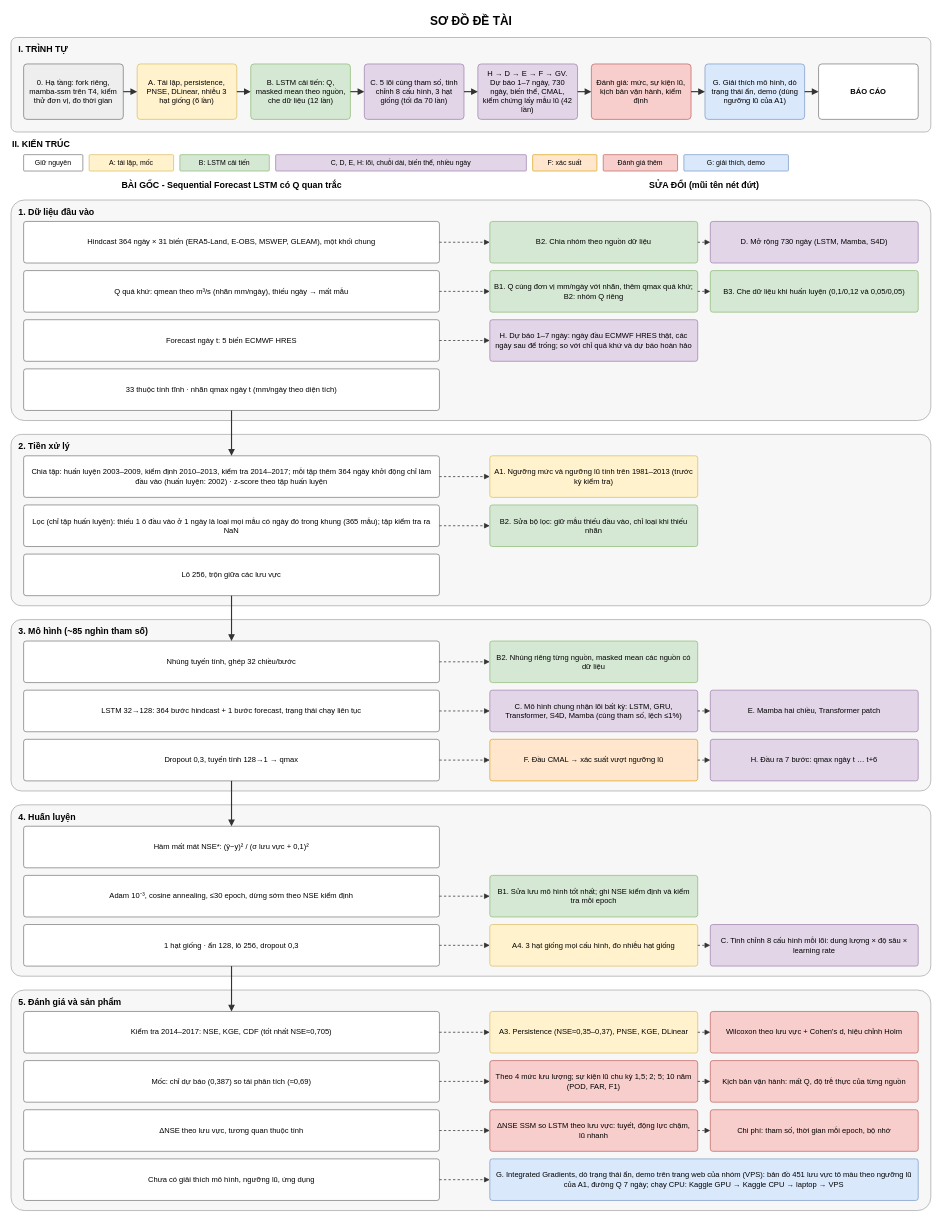
This is Diagrams/ProjectDiagram.drawio from Ticasslo/TieuLuanChuyenNganh, a draw.io file, before an edit. Source tidied: cells renumbered, new cells numbered last; positions are measured from the earlier drawing's top-left corner, leaving out a move shared by most shapes. Both pictures are drawn from the tidied source at 63%, with x=0, y=0 at pixel (11, 11).
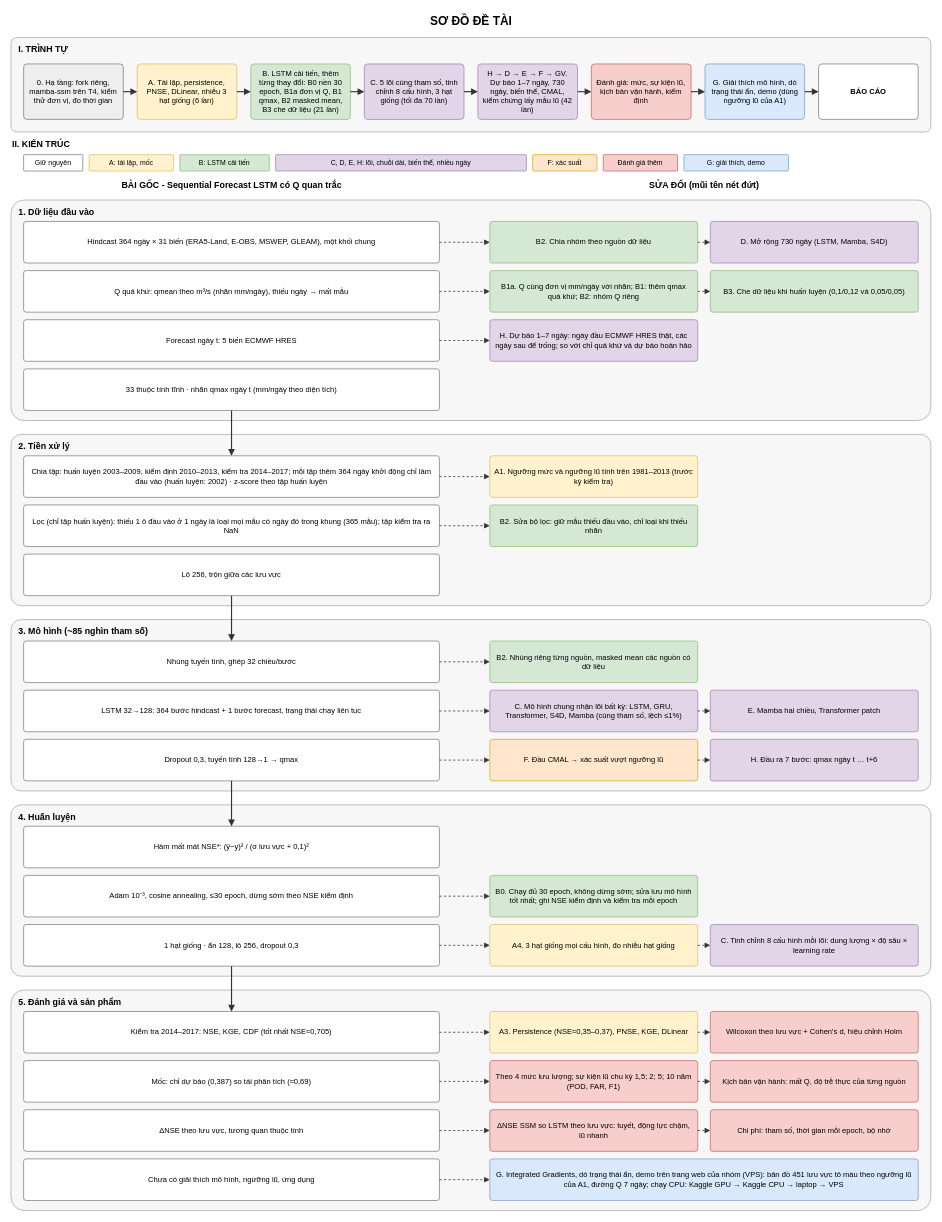
Above is the later version.

Change to the diagram source:
```diff
@@
-    <mxCell id="7" value="B. LSTM cải tiến: Q, masked mean theo nguồn, che dữ liệu (12 lần)" style="rounded=1;arcSize=6;whiteSpace=wrap;html=1;fillColor=#d5e8d4;strokeColor=#82b366;fontSize=12;align=center;spacingLeft=6;spacingRight=6;" parent="1" vertex="1">
+    <mxCell id="7" value="B. LSTM cải tiến, thêm từng thay đổi: B0 nền 30 epoch, B1a đơn vị Q, B1 qmax, B2 masked mean, B3 che dữ liệu (21 lần)" style="rounded=1;arcSize=6;whiteSpace=wrap;html=1;fillColor=#d5e8d4;strokeColor=#82b366;fontSize=12;align=center;spacingLeft=6;spacingRight=6;" parent="1" vertex="1">
       <mxGeometry x="380.5" y="84" width="158.2" height="88" as="geometry" />
     </mxCell>
@@
-    <mxCell id="36" value="B1. Q cùng đơn vị mm/ngày với nhãn, thêm qmax quá khứ; B2: nhóm Q riêng" style="rounded=1;arcSize=6;whiteSpace=wrap;html=1;fillColor=#d5e8d4;strokeColor=#82b366;fontSize=12;align=center;spacingLeft=6;spacingRight=6;" parent="1" vertex="1">
+    <mxCell id="36" value="B1a. Q cùng đơn vị mm/ngày với nhãn; B1: thêm qmax quá khứ; B2: nhóm Q riêng" style="rounded=1;arcSize=6;whiteSpace=wrap;html=1;fillColor=#d5e8d4;strokeColor=#82b366;fontSize=12;align=center;spacingLeft=6;spacingRight=6;" parent="1" vertex="1">
       <mxGeometry x="760" y="412" width="330" height="66" as="geometry" />
     </mxCell>
@@
-    <mxCell id="72" value="B1. Sửa lưu mô hình tốt nhất; ghi NSE kiểm định và kiểm tra mỗi epoch" style="rounded=1;arcSize=6;whiteSpace=wrap;html=1;fillColor=#d5e8d4;strokeColor=#82b366;fontSize=12;align=center;spacingLeft=6;spacingRight=6;" parent="1" vertex="1">
+    <mxCell id="72" value="B0. Chạy đủ 30 epoch, không dừng sớm; sửa lưu mô hình tốt nhất; ghi NSE kiểm định và kiểm tra mỗi epoch" style="rounded=1;arcSize=6;whiteSpace=wrap;html=1;fillColor=#d5e8d4;strokeColor=#82b366;fontSize=12;align=center;spacingLeft=6;spacingRight=6;" parent="1" vertex="1">
       <mxGeometry x="760" y="1372" width="330" height="66" as="geometry" />
     </mxCell>
```
